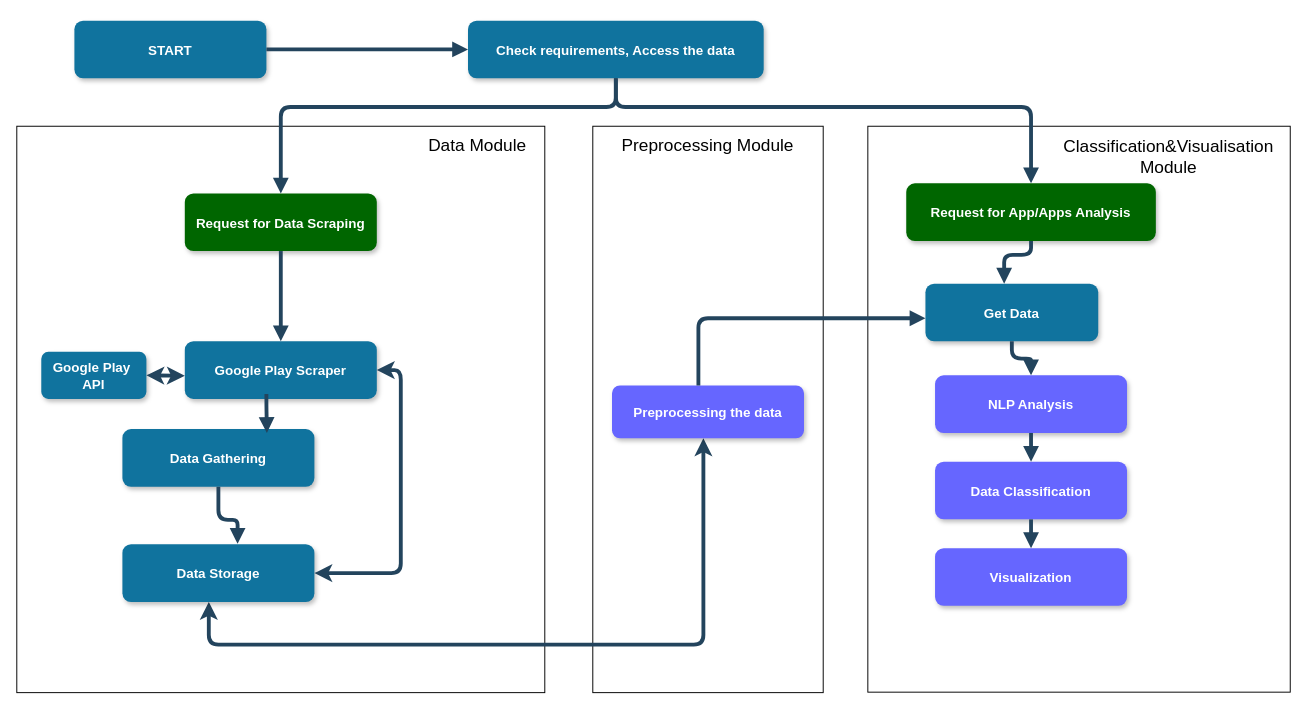
mikolaj2268/review_radar keeps this draw.io diagram as other/diagrams/Diagram System Architecture.drawio. Above is the earlier version. Source tidied: cells renumbered, new cells numbered last; positions are measured from the earlier drawing's top-left corner, leaving out a move shared by most shapes. Both pictures are drawn from the tidied source at 96%, with x=0, y=0 at pixel (16, 20).
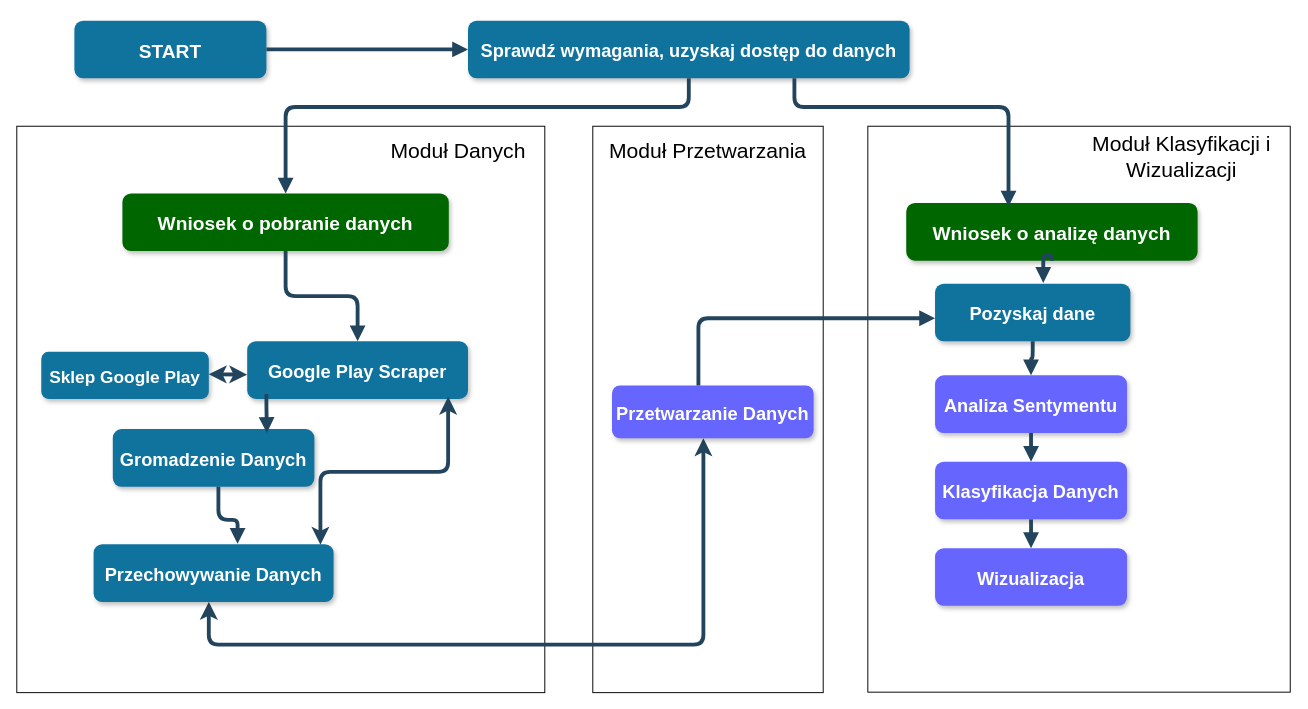
Above is the later version.

Change to the diagram source:
```diff
@@
-    <mxCell id="5" value="START" style="rounded=1;fillColor=#10739E;strokeColor=none;shadow=1;gradientColor=none;fontStyle=1;fontColor=#FFFFFF;fontSize=14;" parent="1" vertex="1">
+    <mxCell id="5" value="START" style="rounded=1;fillColor=#10739E;strokeColor=none;shadow=1;gradientColor=none;fontStyle=1;fontColor=#FFFFFF;fontSize=20;" parent="1" vertex="1">
       <mxGeometry x="60" width="200" height="60" as="geometry" />
     </mxCell>
-    <mxCell id="6" value="Check requirements, Access the data" style="rounded=1;fillColor=#10739E;strokeColor=none;shadow=1;gradientColor=none;fontStyle=1;fontColor=#FFFFFF;fontSize=14;" parent="1" vertex="1">
-      <mxGeometry x="470" width="308" height="60" as="geometry" />
+    <mxCell id="6" value="Sprawdź wymagania, uzyskaj dostęp do danych" style="rounded=1;fillColor=#10739E;strokeColor=none;shadow=1;gradientColor=none;fontStyle=1;fontColor=#FFFFFF;fontSize=19;" parent="1" vertex="1">
+      <mxGeometry x="470" width="460" height="60" as="geometry" />
     </mxCell>
-    <mxCell id="7" value="Request for Data Scraping" style="rounded=1;fillColor=#006600;strokeColor=none;shadow=1;gradientColor=none;fontStyle=1;fontColor=#FFFFFF;fontSize=14;" parent="1" vertex="1">
-      <mxGeometry x="175" y="180" width="200" height="60" as="geometry" />
+    <mxCell id="7" value="Wniosek o pobranie danych" style="rounded=1;fillColor=#006600;strokeColor=none;shadow=1;gradientColor=none;fontStyle=1;fontColor=#FFFFFF;fontSize=20;" parent="1" vertex="1">
+      <mxGeometry x="110" y="180" width="340" height="60" as="geometry" />
     </mxCell>
-    <mxCell id="8" value="Request for App/Apps Analysis" style="rounded=1;fillColor=#006600;strokeColor=none;shadow=1;gradientColor=none;fontStyle=1;fontColor=#FFFFFF;fontSize=14;" parent="1" vertex="1">
-      <mxGeometry x="926.5" y="169.5" width="260" height="60" as="geometry" />
+    <mxCell id="8" value="Wniosek o analizę danych" style="rounded=1;fillColor=#006600;strokeColor=none;shadow=1;gradientColor=none;fontStyle=1;fontColor=#FFFFFF;fontSize=20;" parent="1" vertex="1">
+      <mxGeometry x="926.5" y="190" width="303.5" height="60" as="geometry" />
     </mxCell>
-    <mxCell id="9" value="Google Play Scraper" style="rounded=1;fillColor=#10739E;strokeColor=none;shadow=1;gradientColor=none;fontStyle=1;fontColor=#FFFFFF;fontSize=14;" parent="1" vertex="1">
-      <mxGeometry x="175" y="334" width="200" height="60" as="geometry" />
+    <mxCell id="9" value="Google Play Scraper" style="rounded=1;fillColor=#10739E;strokeColor=none;shadow=1;gradientColor=none;fontStyle=1;fontColor=#FFFFFF;fontSize=19;" parent="1" vertex="1">
+      <mxGeometry x="240" y="334" width="230" height="60" as="geometry" />
     </mxCell>
-    <mxCell id="10" value="Data Gathering" style="rounded=1;fillColor=#10739E;strokeColor=none;shadow=1;gradientColor=none;fontStyle=1;fontColor=#FFFFFF;fontSize=14;" parent="1" vertex="1">
-      <mxGeometry x="110" y="425.5" width="200" height="60" as="geometry" />
+    <mxCell id="10" value="Gromadzenie Danych" style="rounded=1;fillColor=#10739E;strokeColor=none;shadow=1;gradientColor=none;fontStyle=1;fontColor=#FFFFFF;fontSize=19;" parent="1" vertex="1">
+      <mxGeometry x="100" y="425.5" width="210" height="60" as="geometry" />
     </mxCell>
-    <mxCell id="11" value="Get Data" style="rounded=1;fillColor=#10739E;strokeColor=none;shadow=1;gradientColor=none;fontStyle=1;fontColor=#FFFFFF;fontSize=14;" parent="1" vertex="1">
-      <mxGeometry x="946.5" y="274" width="180" height="60" as="geometry" />
+    <mxCell id="11" value="Pozyskaj dane" style="rounded=1;fillColor=#10739E;strokeColor=none;shadow=1;gradientColor=none;fontStyle=1;fontColor=#FFFFFF;fontSize=19;" parent="1" vertex="1">
+      <mxGeometry x="956.5" y="274" width="203.5" height="60" as="geometry" />
     </mxCell>
-    <mxCell id="12" value="NLP Analysis" style="rounded=1;fillColor=#6666FF;strokeColor=none;shadow=1;gradientColor=none;fontStyle=1;fontColor=#FFFFFF;fontSize=14;" parent="1" vertex="1">
+    <mxCell id="12" value="Analiza Sentymentu" style="rounded=1;fillColor=#6666FF;strokeColor=none;shadow=1;gradientColor=none;fontStyle=1;fontColor=#FFFFFF;fontSize=19;" parent="1" vertex="1">
       <mxGeometry x="956.5" y="369.5" width="200" height="60" as="geometry" />
     </mxCell>
-    <mxCell id="13" value="Data Classification" style="rounded=1;fillColor=#6666FF;strokeColor=none;shadow=1;gradientColor=none;fontStyle=1;fontColor=#FFFFFF;fontSize=14;" parent="1" vertex="1">
+    <mxCell id="13" value="Klasyfikacja Danych" style="rounded=1;fillColor=#6666FF;strokeColor=none;shadow=1;gradientColor=none;fontStyle=1;fontColor=#FFFFFF;fontSize=19;" parent="1" vertex="1">
       <mxGeometry x="956.5" y="459.5" width="200" height="60" as="geometry" />
     </mxCell>
-    <mxCell id="14" value="Visualization" style="rounded=1;fillColor=#6666FF;strokeColor=none;shadow=1;gradientColor=none;fontStyle=1;fontColor=#FFFFFF;fontSize=14;" parent="1" vertex="1">
+    <mxCell id="14" value="Wizualizacja" style="rounded=1;fillColor=#6666FF;strokeColor=none;shadow=1;gradientColor=none;fontStyle=1;fontColor=#FFFFFF;fontSize=19;" parent="1" vertex="1">
       <mxGeometry x="956.5" y="549.5" width="200" height="60" as="geometry" />
     </mxCell>
@@
-    <mxCell id="17" style="edgeStyle=elbowEdgeStyle;elbow=vertical;strokeWidth=4;endArrow=block;endFill=1;fontStyle=1;strokeColor=#23445D;" parent="1" edge="1" source="6" target="8">
+    <mxCell id="17" style="edgeStyle=elbowEdgeStyle;elbow=vertical;strokeWidth=4;endArrow=block;endFill=1;fontStyle=1;strokeColor=#23445D;entryX=0.351;entryY=0.061;entryDx=0;entryDy=0;entryPerimeter=0;" parent="1" edge="1" source="6" target="8">
       <mxGeometry x="22" y="165.5" as="geometry">
         <Array as="points">
           <mxPoint x="810" y="90" />
           <mxPoint x="920" y="60" />
         </Array>
       </mxGeometry>
     </mxCell>
@@
-    <mxCell id="23" style="edgeStyle=elbowEdgeStyle;elbow=vertical;strokeWidth=4;endArrow=block;endFill=1;fontStyle=1;strokeColor=#23445D;exitX=0.5;exitY=1;exitDx=0;exitDy=0;" parent="1" edge="1" source="8" target="11">
+    <mxCell id="23" style="edgeStyle=elbowEdgeStyle;elbow=vertical;strokeWidth=4;endArrow=block;endFill=1;fontStyle=1;strokeColor=#23445D;exitX=0.5;exitY=1;exitDx=0;exitDy=0;entryX=0.554;entryY=-0.014;entryDx=0;entryDy=0;entryPerimeter=0;" parent="1" edge="1" source="8" target="11">
       <mxGeometry x="22" y="165.5" as="geometry">
         <Array as="points">
           <mxPoint x="1028.5" y="244" />
         </Array>
       </mxGeometry>
     </mxCell>
@@
-    <mxCell id="25" value="&lt;font style=&quot;font-size: 18px;&quot;&gt;Data Module&lt;/font&gt;" style="text;html=1;align=center;verticalAlign=middle;whiteSpace=wrap;rounded=0;" parent="1" vertex="1">
-      <mxGeometry x="390" y="115" width="180" height="30" as="geometry" />
+    <mxCell id="25" value="&lt;font style=&quot;font-size: 22px;&quot;&gt;Moduł Danych&lt;/font&gt;" style="text;html=1;align=center;verticalAlign=middle;whiteSpace=wrap;rounded=0;" parent="1" vertex="1">
+      <mxGeometry x="370" y="122.2" width="180" height="30" as="geometry" />
     </mxCell>
@@
-    <mxCell id="28" value="Data Storage" style="rounded=1;fillColor=#10739E;strokeColor=none;shadow=1;gradientColor=none;fontStyle=1;fontColor=#FFFFFF;fontSize=14;" parent="1" vertex="1">
-      <mxGeometry x="110" y="545.5" width="200" height="60" as="geometry" />
+    <mxCell id="28" value="Przechowywanie Danych" style="rounded=1;fillColor=#10739E;strokeColor=none;shadow=1;gradientColor=none;fontStyle=1;fontColor=#FFFFFF;fontSize=19;" parent="1" vertex="1">
+      <mxGeometry x="80" y="545.5" width="250" height="60" as="geometry" />
     </mxCell>
-    <mxCell id="29" value="&lt;font size=&quot;4&quot;&gt;Classification&amp;amp;Visualisation Module&lt;/font&gt;" style="text;html=1;align=center;verticalAlign=middle;whiteSpace=wrap;rounded=0;" parent="1" vertex="1">
-      <mxGeometry x="1100" y="115" width="200" height="54.5" as="geometry" />
+    <mxCell id="29" value="&lt;font style=&quot;font-size: 22px;&quot;&gt;Moduł Klasyfikacji i Wizualizacji&lt;/font&gt;" style="text;html=1;align=center;verticalAlign=middle;whiteSpace=wrap;rounded=0;" parent="1" vertex="1">
+      <mxGeometry x="1100" y="115" width="226.5" height="54.5" as="geometry" />
     </mxCell>
-    <mxCell id="30" value="&lt;font size=&quot;4&quot;&gt;Preprocessing Module&lt;/font&gt;" style="text;html=1;align=center;verticalAlign=middle;whiteSpace=wrap;rounded=0;" parent="1" vertex="1">
-      <mxGeometry x="620" y="102.8" width="200" height="54.5" as="geometry" />
+    <mxCell id="30" value="&lt;font style=&quot;font-size: 22px;&quot;&gt;Moduł Przetwarzania&lt;/font&gt;" style="text;html=1;align=center;verticalAlign=middle;whiteSpace=wrap;rounded=0;" parent="1" vertex="1">
+      <mxGeometry x="610" y="110" width="220" height="54.5" as="geometry" />
     </mxCell>
-    <mxCell id="31" value="Preprocessing the data" style="rounded=1;fillColor=#6666FF;strokeColor=none;shadow=1;gradientColor=none;fontStyle=1;fontColor=#FFFFFF;fontSize=14;" parent="1" vertex="1">
-      <mxGeometry x="620" y="380" width="200" height="55" as="geometry" />
+    <mxCell id="31" value="Przetwarzanie Danych" style="rounded=1;fillColor=#6666FF;strokeColor=none;shadow=1;gradientColor=none;fontStyle=1;fontColor=#FFFFFF;fontSize=19;" parent="1" vertex="1">
+      <mxGeometry x="620" y="380" width="210" height="55" as="geometry" />
     </mxCell>
@@
-    <mxCell id="33" value="Google Play &#10;API" style="rounded=1;fillColor=#10739E;strokeColor=none;shadow=1;gradientColor=none;fontStyle=1;fontColor=#FFFFFF;fontSize=14;" parent="1" vertex="1">
-      <mxGeometry x="25.5" y="345" width="109.5" height="49" as="geometry" />
+    <mxCell id="33" value="Sklep Google Play" style="rounded=1;fillColor=#10739E;strokeColor=none;shadow=1;gradientColor=none;fontStyle=1;fontColor=#FFFFFF;fontSize=18;" parent="1" vertex="1">
+      <mxGeometry x="25.5" y="345" width="174.5" height="49" as="geometry" />
     </mxCell>
     <mxCell id="34" style="edgeStyle=elbowEdgeStyle;elbow=vertical;strokeWidth=4;endArrow=classic;startArrow=classic;endFill=1;fontStyle=1;strokeColor=#23445D;" parent="1" edge="1">
       <mxGeometry relative="1" as="geometry">
-        <mxPoint x="175" y="370" as="sourcePoint" />
-        <mxPoint x="135" y="369.5" as="targetPoint" />
+        <mxPoint x="240" y="368.8" as="sourcePoint" />
+        <mxPoint x="200" y="368.3" as="targetPoint" />
         <Array as="points">
-          <mxPoint x="235" y="369.5" />
+          <mxPoint x="300" y="368.3" />
         </Array>
       </mxGeometry>
     </mxCell>
-    <mxCell id="35" style="edgeStyle=elbowEdgeStyle;elbow=vertical;strokeWidth=4;endArrow=classic;startArrow=classic;endFill=1;fontStyle=1;strokeColor=#23445D;entryX=1;entryY=0.5;entryDx=0;entryDy=0;exitX=1;exitY=0.5;exitDx=0;exitDy=0;" parent="1" edge="1" source="9" target="28">
+    <mxCell id="35" style="edgeStyle=elbowEdgeStyle;elbow=vertical;strokeWidth=4;endArrow=classic;startArrow=classic;endFill=1;fontStyle=1;strokeColor=#23445D;exitX=0.91;exitY=0.962;exitDx=0;exitDy=0;exitPerimeter=0;entryX=0.945;entryY=0.008;entryDx=0;entryDy=0;entryPerimeter=0;" parent="1" edge="1" source="9" target="28">
       <mxGeometry relative="1" as="geometry">
         <Array as="points">
           <mxPoint x="400" y="470" />
         </Array>
       </mxGeometry>
     </mxCell>
```
